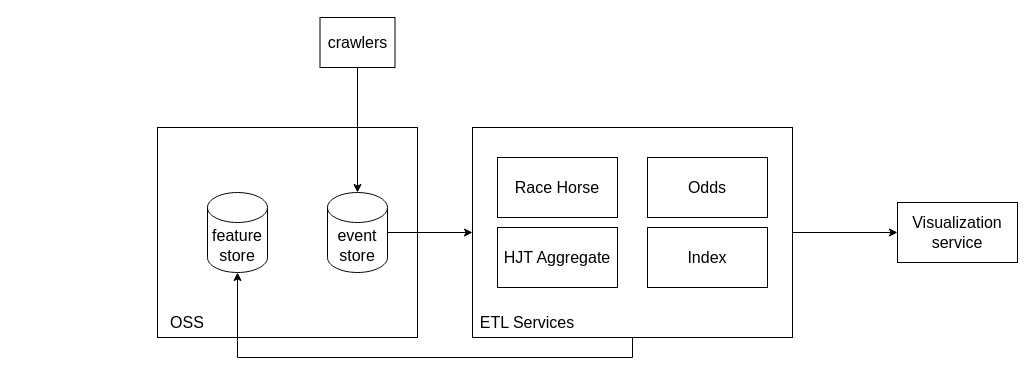
Earlier version of the draw.io diagram ETL.drawio (tommy202201/HKJC). Source tidied: cells renumbered, new cells numbered last; positions are measured from the earlier drawing's top-left corner, leaving out a move shared by most shapes. Both pictures are drawn from the tidied source at 100%, with x=0, y=0 at pixel (157, 17).
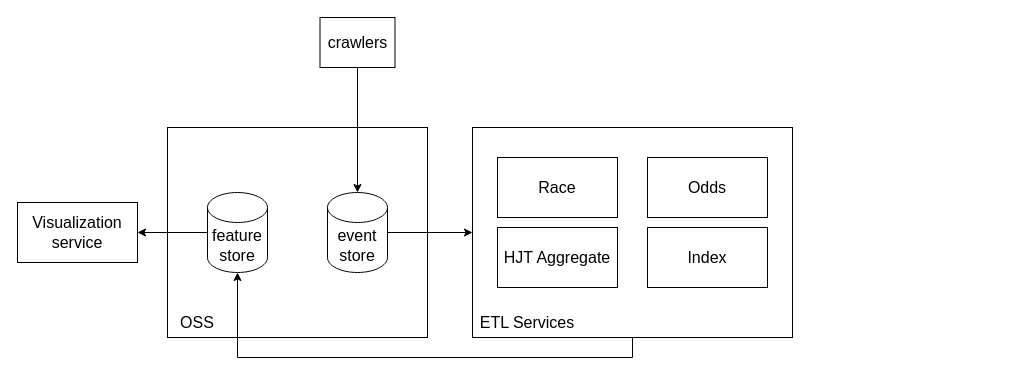
The same diagram, later.

What changed in the source:
```diff
@@
 <mxGraphModel>
   <root>
     <mxCell id="0" />
     <mxCell id="1" parent="0" />
     <mxCell id="2" style="rounded=0;whiteSpace=wrap;html=1;fontSize=16;" parent="1" vertex="1">
-      <mxGeometry y="110" width="260" height="210" as="geometry" />
+      <mxGeometry x="10" y="110" width="260" height="210" as="geometry" />
     </mxCell>
     <mxCell id="3" style="edgeStyle=orthogonalEdgeStyle;rounded=0;jettySize=auto;html=1;exitX=0.5;exitY=1;exitDx=0;exitDy=0;entryX=0.5;entryY=1;entryDx=0;entryDy=0;entryPerimeter=0;fontSize=16;" parent="1" edge="1" source="5" target="17">
       <mxGeometry relative="1" as="geometry" />
     </mxCell>
-    <mxCell id="4" style="edgeStyle=orthogonalEdgeStyle;rounded=0;jettySize=auto;html=1;exitX=1;exitY=0.5;exitDx=0;exitDy=0;fontSize=16;" parent="1" edge="1" source="5" target="15">
-      <mxGeometry relative="1" as="geometry" />
-    </mxCell>
     <mxCell id="5" style="rounded=0;whiteSpace=wrap;html=1;" parent="1" vertex="1">
       <mxGeometry x="315" y="110" width="320" height="210" as="geometry" />
     </mxCell>
     <mxCell id="6" value="ETL Services" style="text;html=1;strokeColor=none;fillColor=none;align=center;verticalAlign=middle;whiteSpace=wrap;rounded=0;fontSize=16;" parent="1" vertex="1">
       <mxGeometry x="315" y="290" width="110" height="30" as="geometry" />
     </mxCell>
     <mxCell id="7" style="edgeStyle=orthogonalEdgeStyle;rounded=0;jettySize=auto;html=1;exitX=1;exitY=0.5;exitDx=0;exitDy=0;exitPerimeter=0;entryX=0;entryY=0.5;entryDx=0;entryDy=0;fontSize=16;" parent="1" edge="1" source="8" target="5">
       <mxGeometry relative="1" as="geometry" />
     </mxCell>
     <mxCell id="8" value="event store" style="shape=cylinder3;whiteSpace=wrap;html=1;boundedLbl=1;backgroundOutline=1;size=15;fontSize=16;" parent="1" vertex="1">
       <mxGeometry x="170" y="175" width="60" height="80" as="geometry" />
     </mxCell>
     <mxCell id="9" style="edgeStyle=orthogonalEdgeStyle;rounded=0;jettySize=auto;html=1;fontSize=16;" parent="1" edge="1" source="10" target="8">
       <mxGeometry relative="1" as="geometry" />
     </mxCell>
     <mxCell id="10" value="crawlers" style="rounded=0;whiteSpace=wrap;html=1;fontSize=16;" parent="1" vertex="1">
       <mxGeometry x="162.5" width="75" height="50" as="geometry" />
     </mxCell>
-    <mxCell id="11" value="Race Horse" style="rounded=0;whiteSpace=wrap;html=1;fontSize=16;" parent="1" vertex="1">
+    <mxCell id="11" value="Race" style="rounded=0;whiteSpace=wrap;html=1;fontSize=16;" parent="1" vertex="1">
       <mxGeometry x="340" y="140" width="120" height="60" as="geometry" />
     </mxCell>
     <mxCell id="12" value="HJT Aggregate" style="rounded=0;whiteSpace=wrap;html=1;fontSize=16;" parent="1" vertex="1">
       <mxGeometry x="340" y="210" width="120" height="60" as="geometry" />
     </mxCell>
     <mxCell id="13" value="Odds" style="rounded=0;whiteSpace=wrap;html=1;fontSize=16;" parent="1" vertex="1">
       <mxGeometry x="490" y="140" width="120" height="60" as="geometry" />
     </mxCell>
     <mxCell id="14" value="Index" style="rounded=0;whiteSpace=wrap;html=1;fontSize=16;" parent="1" vertex="1">
       <mxGeometry x="490" y="210" width="120" height="60" as="geometry" />
     </mxCell>
+    <mxCell id="16" value="OSS" style="text;html=1;strokeColor=none;fillColor=none;align=center;verticalAlign=middle;whiteSpace=wrap;rounded=0;fontSize=16;" parent="1" vertex="1">
+      <mxGeometry x="10" y="290" width="60" height="30" as="geometry" />
+    </mxCell>
+    <mxCell id="18" style="edgeStyle=orthogonalEdgeStyle;rounded=0;jettySize=auto;html=1;exitX=0;exitY=0.5;exitDx=0;exitDy=0;exitPerimeter=0;entryX=1;entryY=0.5;entryDx=0;entryDy=0;fontSize=16;" parent="1" edge="1" source="17" target="15">
+      <mxGeometry relative="1" as="geometry" />
+    </mxCell>
+    <mxCell id="17" value="feature&lt;br&gt;store" style="shape=cylinder3;whiteSpace=wrap;html=1;boundedLbl=1;backgroundOutline=1;size=15;fontSize=16;" parent="1" vertex="1">
+      <mxGeometry x="50" y="175" width="60" height="80" as="geometry" />
+    </mxCell>
     <mxCell id="15" value="Visualization service" style="rounded=0;whiteSpace=wrap;html=1;fontSize=16;" parent="1" vertex="1">
-      <mxGeometry x="740" y="185" width="120" height="60" as="geometry" />
+      <mxGeometry x="-140" y="185" width="120" height="60" as="geometry" />
     </mxCell>
-    <mxCell id="16" value="OSS" style="text;html=1;strokeColor=none;fillColor=none;align=center;verticalAlign=middle;whiteSpace=wrap;rounded=0;fontSize=16;" parent="1" vertex="1">
-      <mxGeometry y="290" width="60" height="30" as="geometry" />
-    </mxCell>
-    <mxCell id="17" value="feature&lt;br&gt;store" style="shape=cylinder3;whiteSpace=wrap;html=1;boundedLbl=1;backgroundOutline=1;size=15;fontSize=16;" parent="1" vertex="1">
-      <mxGeometry x="50" y="175" width="60" height="80" as="geometry" />
-    </mxCell>
   </root>
 </mxGraphModel>
```
